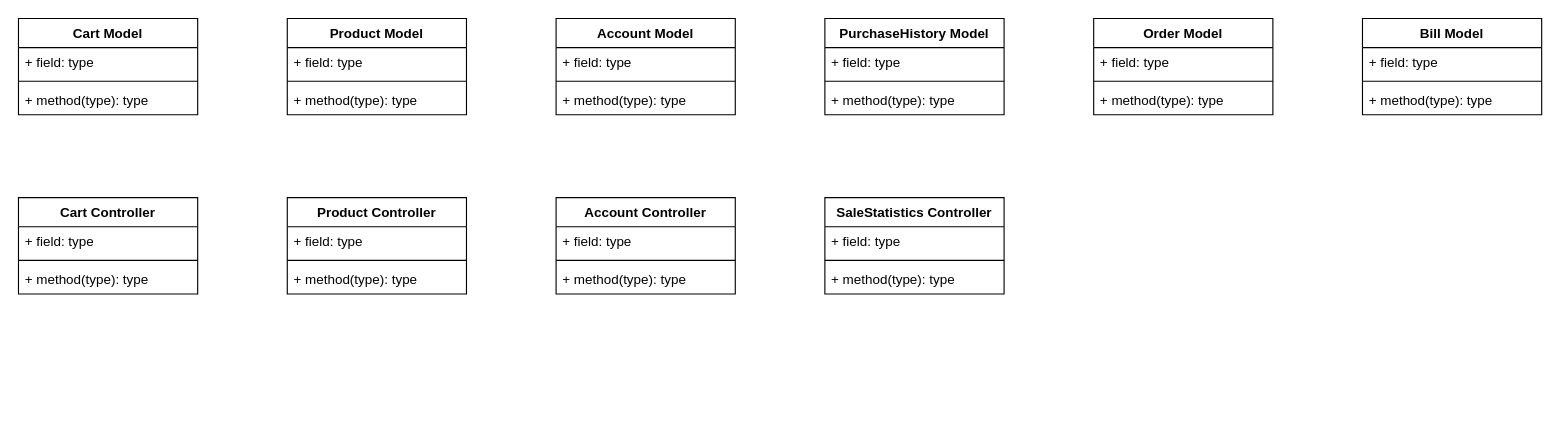
Above: Nam3_HK1/CNPM_SoftTech/SơĐồClass.drawio in EdgarIgnite16/SGU-Course (draw.io), before the change. Source tidied: cells renumbered, new cells numbered last; positions are measured from the earlier drawing's top-left corner, leaving out a move shared by most shapes. Both pictures are drawn from the tidied source at 112%, with x=0, y=0 at pixel (18, 18).
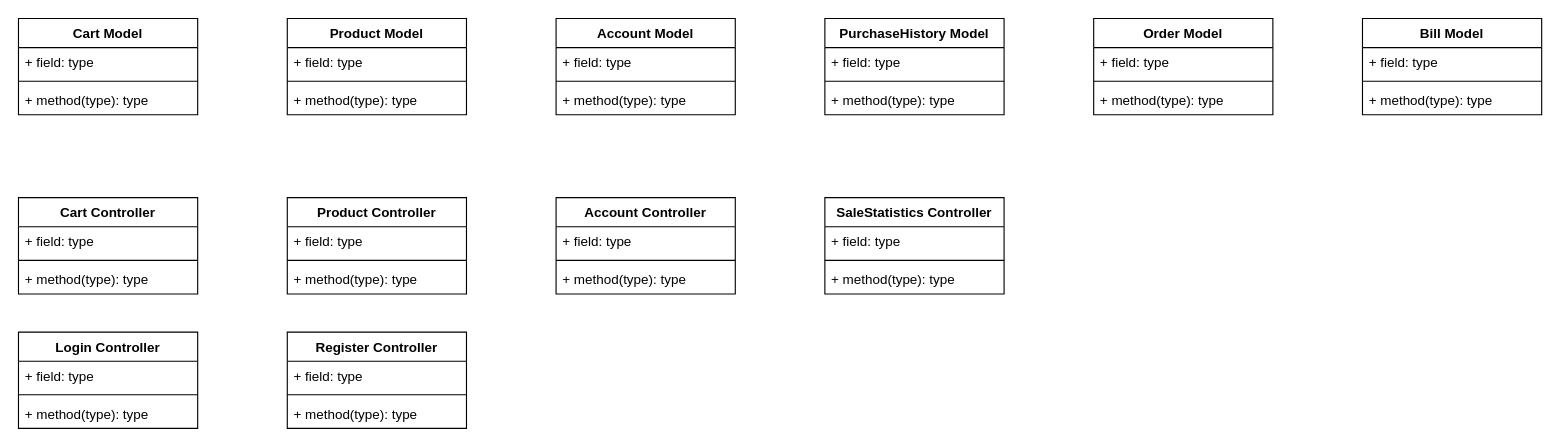
Above is the later version.

What changed in the source:
```diff
@@
+    <mxCell id="42" value="Login Controller" style="swimlane;fontStyle=1;align=center;verticalAlign=top;horizontal=1;startSize=26;" parent="1" vertex="1">
+      <mxGeometry y="280" width="160" height="86" as="geometry" />
+    </mxCell>
+    <mxCell id="43" value="+ field: type" style="text;strokeColor=none;fillColor=none;align=left;verticalAlign=top;spacingLeft=4;spacingRight=4;overflow=hidden;" parent="42" vertex="1">
+      <mxGeometry y="26" width="160" height="26" as="geometry" />
+    </mxCell>
+    <mxCell id="44" style="line;strokeWidth=1;fillColor=none;align=left;verticalAlign=middle;spacingTop=-1;spacingLeft=3;spacingRight=3;labelPosition=right;" parent="42" vertex="1">
+      <mxGeometry y="52" width="160" height="8" as="geometry" />
+    </mxCell>
+    <mxCell id="45" value="+ method(type): type" style="text;strokeColor=none;fillColor=none;align=left;verticalAlign=top;spacingLeft=4;spacingRight=4;overflow=hidden;" parent="42" vertex="1">
+      <mxGeometry y="60" width="160" height="26" as="geometry" />
+    </mxCell>
+    <mxCell id="46" value="Register Controller" style="swimlane;fontStyle=1;align=center;verticalAlign=top;horizontal=1;startSize=26;" parent="1" vertex="1">
+      <mxGeometry x="240" y="280" width="160" height="86" as="geometry" />
+    </mxCell>
+    <mxCell id="47" value="+ field: type" style="text;strokeColor=none;fillColor=none;align=left;verticalAlign=top;spacingLeft=4;spacingRight=4;overflow=hidden;" parent="46" vertex="1">
+      <mxGeometry y="26" width="160" height="26" as="geometry" />
+    </mxCell>
+    <mxCell id="48" style="line;strokeWidth=1;fillColor=none;align=left;verticalAlign=middle;spacingTop=-1;spacingLeft=3;spacingRight=3;labelPosition=right;" parent="46" vertex="1">
+      <mxGeometry y="52" width="160" height="8" as="geometry" />
+    </mxCell>
+    <mxCell id="49" value="+ method(type): type" style="text;strokeColor=none;fillColor=none;align=left;verticalAlign=top;spacingLeft=4;spacingRight=4;overflow=hidden;" parent="46" vertex="1">
+      <mxGeometry y="60" width="160" height="26" as="geometry" />
+    </mxCell>
```
